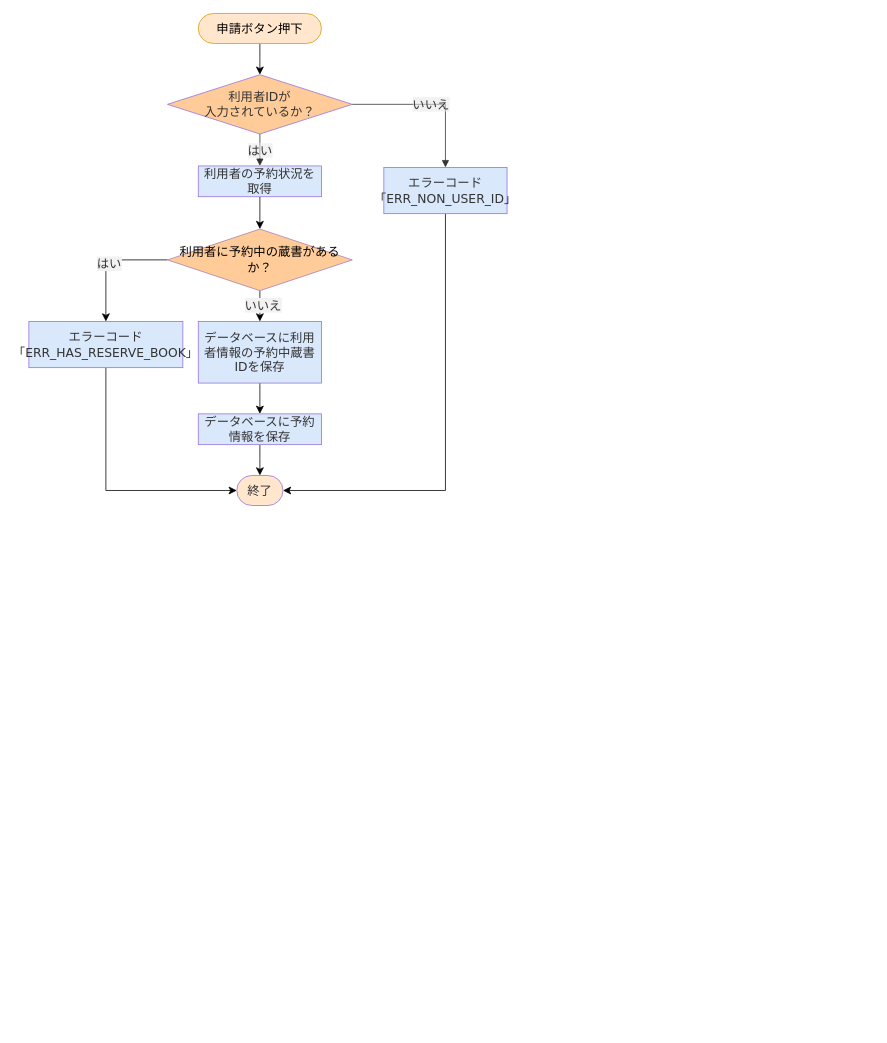
Before: 詳細設計書/7班/flowchart/予約申請.dio in rs002421-creator/-, a draw.io diagram. Source tidied: cells renumbered, new cells numbered last; positions are measured from the earlier drawing's top-left corner, leaving out a move shared by most shapes. Both pictures are drawn from the tidied source at 77%, with x=0, y=0 at pixel (28, 13).
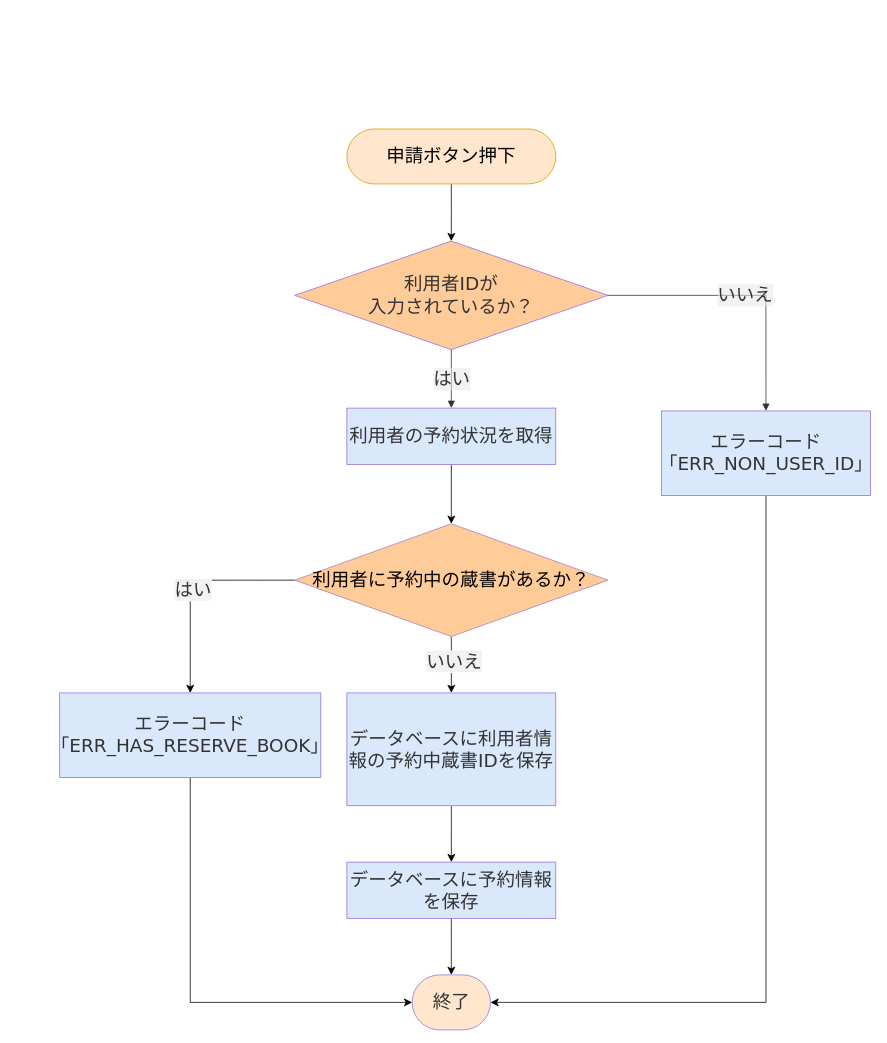
Above is the later version.

What changed in the source:
```diff
@@
+    <mxCell id="23" style="group;fontSize=24;" parent="1" vertex="1">
+      <mxGeometry x="40" y="150" width="1052.9" height="1170" as="geometry" />
+    </mxCell>
-    <mxCell id="2" style="edgeStyle=orthogonalEdgeStyle;curved=1;rounded=0;jettySize=auto;html=1;exitX=0.5;exitY=1;exitDx=0;exitDy=0;entryX=0.5;entryY=0;entryDx=0;entryDy=0;fontSize=12;startSize=8;endSize=8;" parent="1" edge="1" source="3" target="4">
+    <mxCell id="2" style="edgeStyle=orthogonalEdgeStyle;curved=1;rounded=0;jettySize=auto;html=1;exitX=0.5;exitY=1;exitDx=0;exitDy=0;entryX=0.5;entryY=0;entryDx=0;entryDy=0;fontSize=24;startSize=8;endSize=8;" parent="23" edge="1" source="3" target="4">
       <mxGeometry relative="1" as="geometry" />
     </mxCell>
-    <mxCell id="3" value="申請ボタン押下" style="html=1;rounded=1;whiteSpace=wrap;arcSize=50;strokeWidth=1;fontFamily=Trebuchet MS,Verdana,Arial,sans-serif;fontSize=16;fillColor=#ffe6cc;strokeColor=#d79b00;" parent="1" vertex="1">
-      <mxGeometry x="220" width="160" height="39" as="geometry" />
+    <mxCell id="3" value="申請ボタン押下" style="html=1;rounded=1;whiteSpace=wrap;arcSize=50;strokeWidth=1;fontFamily=Trebuchet MS,Verdana,Arial,sans-serif;fontSize=24;fillColor=#ffe6cc;strokeColor=#d79b00;" parent="23" vertex="1">
+      <mxGeometry x="373" width="271.3" height="71.4" as="geometry" />
     </mxCell>
-    <mxCell id="4" value="利用者IDが&lt;div&gt;入力されているか？&lt;/div&gt;" style="rhombus;html=1;strokeWidth=1;whiteSpace=wrap;fillColor=light-dark(#FFCC99,#1F2020);strokeColor=light-dark(#9370DB,#cccccc);fontColor=light-dark(#333333,#cccccc);fontFamily=Trebuchet MS,Verdana,Arial,sans-serif;fontSize=16;" parent="1" vertex="1">
-      <mxGeometry x="180" y="79.5" width="240" height="77" as="geometry" />
+    <mxCell id="4" value="利用者IDが&lt;div&gt;入力されているか？&lt;/div&gt;" style="rhombus;html=1;strokeWidth=1;whiteSpace=wrap;fillColor=light-dark(#FFCC99,#1F2020);strokeColor=light-dark(#9370DB,#cccccc);fontColor=light-dark(#333333,#cccccc);fontFamily=Trebuchet MS,Verdana,Arial,sans-serif;fontSize=24;" parent="23" vertex="1">
+      <mxGeometry x="305.2" y="145.6" width="406.9" height="141" as="geometry" />
     </mxCell>
-    <mxCell id="5" style="edgeStyle=orthogonalEdgeStyle;curved=0;rounded=0;jettySize=auto;html=1;entryX=1;entryY=0.5;entryDx=0;entryDy=0;fontSize=12;startSize=8;endSize=8;" parent="1" edge="1" source="6" target="20">
+    <mxCell id="5" style="edgeStyle=orthogonalEdgeStyle;curved=0;rounded=0;jettySize=auto;html=1;entryX=1;entryY=0.5;entryDx=0;entryDy=0;fontSize=24;startSize=8;endSize=8;" parent="23" edge="1" source="6" target="20">
       <mxGeometry relative="1" as="geometry">
         <Array as="points">
-          <mxPoint x="541" y="619.5" />
+          <mxPoint x="917.2" y="1134.3" />
         </Array>
       </mxGeometry>
     </mxCell>
-    <mxCell id="6" value="エラーコード「ERR_NON_USER_ID」" style="html=1;whiteSpace=wrap;strokeWidth=1;fillColor=light-dark(#DAE8FC,#1F2020);strokeColor=light-dark(#9370DB,#cccccc);fontColor=light-dark(#333333,#cccccc);fontFamily=Trebuchet MS,Verdana,Arial,sans-serif;fontSize=16;" parent="1" vertex="1">
-      <mxGeometry x="461" y="200" width="160" height="60" as="geometry" />
+    <mxCell id="6" value="エラーコード「ERR_NON_USER_ID」" style="html=1;whiteSpace=wrap;strokeWidth=1;fillColor=light-dark(#DAE8FC,#1F2020);strokeColor=light-dark(#9370DB,#cccccc);fontColor=light-dark(#333333,#cccccc);fontFamily=Trebuchet MS,Verdana,Arial,sans-serif;fontSize=24;" parent="23" vertex="1">
+      <mxGeometry x="781.6" y="366.2" width="271.3" height="109.9" as="geometry" />
     </mxCell>
-    <mxCell id="7" value="いいえ" style="curved=0;startArrow=none;endArrow=block;endSize=7;strokeColor=light-dark(#333333,#cccccc);html=1;fontSize=16;labelBackgroundColor=light-dark(#E8E8E88D,#2a2a2a8D);fontFamily=Trebuchet MS,Verdana,Arial,sans-serif;fontColor=light-dark(#333333,#cccccc);exitX=1;exitY=0.5;entryX=0.5;entryY=0;rounded=0;exitDx=0;exitDy=0;entryDx=0;entryDy=0;" parent="1" edge="1" source="4" target="6">
+    <mxCell id="7" value="いいえ" style="curved=0;startArrow=none;endArrow=block;endSize=7;strokeColor=light-dark(#333333,#cccccc);html=1;fontSize=24;labelBackgroundColor=light-dark(#E8E8E88D,#2a2a2a8D);fontFamily=Trebuchet MS,Verdana,Arial,sans-serif;fontColor=light-dark(#333333,#cccccc);exitX=1;exitY=0.5;entryX=0.5;entryY=0;rounded=0;exitDx=0;exitDy=0;entryDx=0;entryDy=0;" parent="23" edge="1" source="4" target="6">
       <mxGeometry relative="1" as="geometry">
         <Array as="points">
-          <mxPoint x="541" y="118" />
+          <mxPoint x="917.2" y="216.1" />
         </Array>
       </mxGeometry>
     </mxCell>
-    <mxCell id="8" value="はい" style="curved=0;startArrow=none;endArrow=block;endSize=7;strokeColor=light-dark(#333333,#cccccc);html=1;fontSize=16;labelBackgroundColor=light-dark(#E8E8E88D,#2a2a2a8D);fontFamily=Trebuchet MS,Verdana,Arial,sans-serif;fontColor=light-dark(#333333,#cccccc);exitX=0.5;exitY=1;entryX=0.5;entryY=0;rounded=0;exitDx=0;exitDy=0;entryDx=0;entryDy=0;" parent="1" edge="1" source="4" target="10">
+    <mxCell id="8" value="はい" style="curved=0;startArrow=none;endArrow=block;endSize=7;strokeColor=light-dark(#333333,#cccccc);html=1;fontSize=24;labelBackgroundColor=light-dark(#E8E8E88D,#2a2a2a8D);fontFamily=Trebuchet MS,Verdana,Arial,sans-serif;fontColor=light-dark(#333333,#cccccc);exitX=0.5;exitY=1;entryX=0.5;entryY=0;rounded=0;exitDx=0;exitDy=0;entryDx=0;entryDy=0;" parent="23" edge="1" source="4" target="10">
       <mxGeometry relative="1" as="geometry" />
     </mxCell>
-    <mxCell id="9" style="edgeStyle=orthogonalEdgeStyle;curved=0;rounded=0;jettySize=auto;html=1;fontSize=12;startSize=8;endSize=8;" parent="1" edge="1" source="10" target="15">
+    <mxCell id="9" style="edgeStyle=orthogonalEdgeStyle;curved=0;rounded=0;jettySize=auto;html=1;fontSize=24;startSize=8;endSize=8;" parent="23" edge="1" source="10" target="15">
       <mxGeometry relative="1" as="geometry" />
     </mxCell>
-    <mxCell id="10" value="利用者の予約状況を取得" style="html=1;whiteSpace=wrap;strokeWidth=1;fillColor=light-dark(#DAE8FC,#1F2020);strokeColor=light-dark(#9370DB,#cccccc);fontColor=light-dark(#333333,#cccccc);fontFamily=Trebuchet MS,Verdana,Arial,sans-serif;fontSize=16;" parent="1" vertex="1">
-      <mxGeometry x="220" y="198" width="160" height="40" as="geometry" />
+    <mxCell id="10" value="利用者の予約状況を取得" style="html=1;whiteSpace=wrap;strokeWidth=1;fillColor=light-dark(#DAE8FC,#1F2020);strokeColor=light-dark(#9370DB,#cccccc);fontColor=light-dark(#333333,#cccccc);fontFamily=Trebuchet MS,Verdana,Arial,sans-serif;fontSize=24;" parent="23" vertex="1">
+      <mxGeometry x="373" y="362.5" width="271.3" height="73.2" as="geometry" />
     </mxCell>
-    <mxCell id="11" style="edgeStyle=orthogonalEdgeStyle;curved=1;rounded=0;jettySize=auto;html=1;fontSize=12;startSize=8;endSize=8;" parent="1" edge="1" source="15" target="17">
+    <mxCell id="11" style="edgeStyle=orthogonalEdgeStyle;curved=1;rounded=0;jettySize=auto;html=1;fontSize=24;startSize=8;endSize=8;" parent="23" edge="1" source="15" target="17">
       <mxGeometry relative="1" as="geometry" />
     </mxCell>
-    <mxCell id="12" value="&lt;font color=&quot;#333333&quot; face=&quot;Trebuchet MS, Verdana, Arial, sans-serif&quot;&gt;&lt;span style=&quot;font-size: 16px; background-color: rgba(232, 232, 232, 0.553);&quot;&gt;いいえ&lt;/span&gt;&lt;/font&gt;" style="edgeLabel;html=1;align=center;verticalAlign=middle;fontSize=12;" parent="11" vertex="1">
+    <mxCell id="12" value="&lt;font face=&quot;Trebuchet MS, Verdana, Arial, sans-serif&quot; color=&quot;#333333&quot;&gt;&lt;span style=&quot;background-color: rgba(232, 232, 232, 0.553);&quot;&gt;いいえ&lt;/span&gt;&lt;/font&gt;" style="edgeLabel;html=1;align=center;verticalAlign=middle;fontSize=24;" parent="11" vertex="1">
       <mxGeometry x="-0.12" y="3" relative="1" as="geometry" />
     </mxCell>
-    <mxCell id="13" style="edgeStyle=orthogonalEdgeStyle;curved=0;rounded=0;jettySize=auto;html=1;exitX=0;exitY=0.5;exitDx=0;exitDy=0;fontSize=12;startSize=8;endSize=8;entryX=0.5;entryY=0;entryDx=0;entryDy=0;" parent="1" edge="1" source="15" target="22">
+    <mxCell id="13" style="edgeStyle=orthogonalEdgeStyle;curved=0;rounded=0;jettySize=auto;html=1;exitX=0;exitY=0.5;exitDx=0;exitDy=0;fontSize=24;startSize=8;endSize=8;entryX=0.5;entryY=0;entryDx=0;entryDy=0;" parent="23" edge="1" source="15" target="22">
       <mxGeometry relative="1" as="geometry" />
     </mxCell>
-    <mxCell id="14" value="&lt;font color=&quot;#333333&quot; face=&quot;Trebuchet MS, Verdana, Arial, sans-serif&quot;&gt;&lt;span style=&quot;font-size: 16px; background-color: rgba(232, 232, 232, 0.553);&quot;&gt;はい&lt;/span&gt;&lt;/font&gt;" style="edgeLabel;html=1;align=center;verticalAlign=middle;fontSize=12;" parent="13" vertex="1">
+    <mxCell id="14" value="&lt;font face=&quot;Trebuchet MS, Verdana, Arial, sans-serif&quot; color=&quot;#333333&quot;&gt;&lt;span style=&quot;background-color: rgba(232, 232, 232, 0.553);&quot;&gt;はい&lt;/span&gt;&lt;/font&gt;" style="edgeLabel;html=1;align=center;verticalAlign=middle;fontSize=24;" parent="13" vertex="1">
       <mxGeometry x="0.05" y="3" relative="1" as="geometry" />
     </mxCell>
-    <mxCell id="15" value="利用者に予約中の蔵書があるか？" style="rhombus;whiteSpace=wrap;html=1;shapeInside=1;fontSize=16;fontFamily=Trebuchet MS,Verdana,Arial,sans-serif;fillColor=#ffcc99;strokeColor=#A680B8;strokeWidth=1;" parent="1" vertex="1">
-      <mxGeometry x="180" y="280" width="240" height="80" as="geometry" />
+    <mxCell id="15" value="利用者に予約中の蔵書があるか？" style="rhombus;whiteSpace=wrap;html=1;shapeInside=1;fontSize=24;fontFamily=Trebuchet MS,Verdana,Arial,sans-serif;fillColor=#ffcc99;strokeColor=#A680B8;strokeWidth=1;" parent="23" vertex="1">
+      <mxGeometry x="305.2" y="512.7" width="406.9" height="146.5" as="geometry" />
     </mxCell>
-    <mxCell id="16" style="edgeStyle=orthogonalEdgeStyle;curved=1;rounded=0;jettySize=auto;html=1;fontSize=12;startSize=8;endSize=8;" parent="1" edge="1" source="17" target="19">
+    <mxCell id="16" style="edgeStyle=orthogonalEdgeStyle;curved=1;rounded=0;jettySize=auto;html=1;fontSize=24;startSize=8;endSize=8;" parent="23" edge="1" source="17" target="19">
       <mxGeometry relative="1" as="geometry" />
     </mxCell>
-    <mxCell id="17" value="データベースに利用者情報の予約中蔵書IDを保存" style="whiteSpace=wrap;html=1;fontSize=16;fontFamily=Trebuchet MS,Verdana,Arial,sans-serif;fillColor=light-dark(#DAE8FC,#1F2020);strokeColor=light-dark(#9370DB,#cccccc);fontColor=light-dark(#333333,#cccccc);strokeWidth=1;" parent="1" vertex="1">
-      <mxGeometry x="220" y="400" width="160" height="80" as="geometry" />
+    <mxCell id="17" value="データベースに利用者情報の予約中蔵書IDを保存" style="whiteSpace=wrap;html=1;fontSize=24;fontFamily=Trebuchet MS,Verdana,Arial,sans-serif;fillColor=light-dark(#DAE8FC,#1F2020);strokeColor=light-dark(#9370DB,#cccccc);fontColor=light-dark(#333333,#cccccc);strokeWidth=1;" parent="23" vertex="1">
+      <mxGeometry x="373" y="732.4" width="271.3" height="146.5" as="geometry" />
     </mxCell>
-    <mxCell id="18" style="edgeStyle=orthogonalEdgeStyle;curved=1;rounded=0;jettySize=auto;html=1;exitX=0.5;exitY=1;exitDx=0;exitDy=0;entryX=0.5;entryY=0;entryDx=0;entryDy=0;fontSize=12;startSize=8;endSize=8;" parent="1" edge="1" source="19" target="20">
+    <mxCell id="18" style="edgeStyle=orthogonalEdgeStyle;curved=1;rounded=0;jettySize=auto;html=1;exitX=0.5;exitY=1;exitDx=0;exitDy=0;entryX=0.5;entryY=0;entryDx=0;entryDy=0;fontSize=24;startSize=8;endSize=8;" parent="23" edge="1" source="19" target="20">
       <mxGeometry relative="1" as="geometry" />
     </mxCell>
-    <mxCell id="19" value="データベースに予約情報を保存" style="whiteSpace=wrap;html=1;fontSize=16;fontFamily=Trebuchet MS,Verdana,Arial,sans-serif;fillColor=light-dark(#DAE8FC,#1F2020);strokeColor=light-dark(#9370DB,#cccccc);fontColor=light-dark(#333333,#cccccc);strokeWidth=1;" parent="1" vertex="1">
-      <mxGeometry x="220" y="520" width="160" height="40" as="geometry" />
+    <mxCell id="19" value="データベースに予約情報を保存" style="whiteSpace=wrap;html=1;fontSize=24;fontFamily=Trebuchet MS,Verdana,Arial,sans-serif;fillColor=light-dark(#DAE8FC,#1F2020);strokeColor=light-dark(#9370DB,#cccccc);fontColor=light-dark(#333333,#cccccc);strokeWidth=1;" parent="23" vertex="1">
+      <mxGeometry x="373" y="952.1" width="271.3" height="73.2" as="geometry" />
     </mxCell>
-    <mxCell id="20" value="終了" style="html=1;rounded=1;whiteSpace=wrap;arcSize=50;strokeWidth=1;fillColor=light-dark(#FFE6CC,#1F2020);strokeColor=light-dark(#9370DB,#cccccc);fontColor=light-dark(#333333,#cccccc);fontFamily=Trebuchet MS,Verdana,Arial,sans-serif;fontSize=16;" parent="1" vertex="1">
-      <mxGeometry x="270" y="600" width="60" height="39" as="geometry" />
+    <mxCell id="20" value="終了" style="html=1;rounded=1;whiteSpace=wrap;arcSize=50;strokeWidth=1;fillColor=light-dark(#FFE6CC,#1F2020);strokeColor=light-dark(#9370DB,#cccccc);fontColor=light-dark(#333333,#cccccc);fontFamily=Trebuchet MS,Verdana,Arial,sans-serif;fontSize=24;" parent="23" vertex="1">
+      <mxGeometry x="457.8" y="1098.6" width="101.7" height="71.4" as="geometry" />
     </mxCell>
-    <mxCell id="21" style="edgeStyle=orthogonalEdgeStyle;curved=0;rounded=0;jettySize=auto;html=1;exitX=0.5;exitY=1;exitDx=0;exitDy=0;entryX=0;entryY=0.5;entryDx=0;entryDy=0;fontSize=12;startSize=8;endSize=8;" parent="1" edge="1" source="22" target="20">
+    <mxCell id="21" style="edgeStyle=orthogonalEdgeStyle;curved=0;rounded=0;jettySize=auto;html=1;exitX=0.5;exitY=1;exitDx=0;exitDy=0;entryX=0;entryY=0.5;entryDx=0;entryDy=0;fontSize=24;startSize=8;endSize=8;" parent="23" edge="1" source="22" target="20">
       <mxGeometry relative="1" as="geometry" />
     </mxCell>
-    <mxCell id="22" value="エラーコード「ERR_HAS_RESERVE_BOOK」" style="whiteSpace=wrap;html=1;fontSize=16;fontFamily=Trebuchet MS,Verdana,Arial,sans-serif;fillColor=light-dark(#DAE8FC,#1F2020);strokeColor=light-dark(#9370DB,#cccccc);fontColor=light-dark(#333333,#cccccc);strokeWidth=1;" parent="1" vertex="1">
-      <mxGeometry y="400" width="200" height="60" as="geometry" />
+    <mxCell id="22" value="エラーコード「ERR_HAS_RESERVE_BOOK」" style="whiteSpace=wrap;html=1;fontSize=24;fontFamily=Trebuchet MS,Verdana,Arial,sans-serif;fillColor=light-dark(#DAE8FC,#1F2020);strokeColor=light-dark(#9370DB,#cccccc);fontColor=light-dark(#333333,#cccccc);strokeWidth=1;" parent="23" vertex="1">
+      <mxGeometry y="732.4" width="339.1" height="109.9" as="geometry" />
     </mxCell>
```
